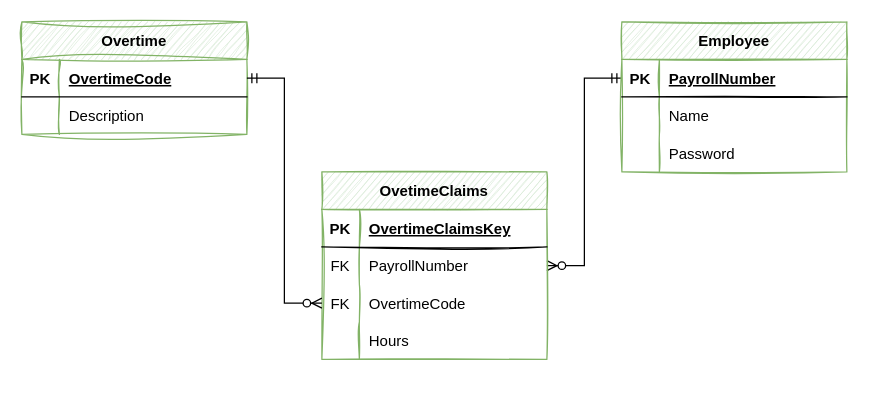
Before: ERD.drawio in AmeChops/Assessment, a draw.io diagram. Source tidied: cells renumbered, new cells numbered last; positions are measured from the earlier drawing's top-left corner, leaving out a move shared by most shapes. Both pictures are drawn from the tidied source at 125%, with x=0, y=0 at pixel (21, 21).
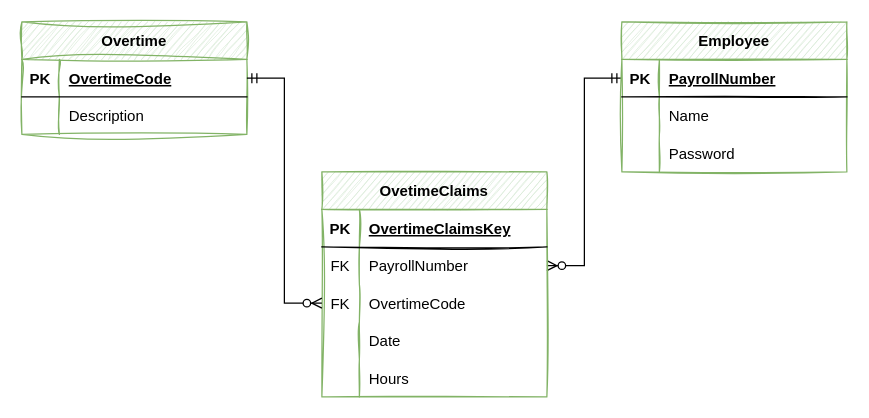
After the change.

What changed in the source:
```diff
@@
     <mxCell id="10" value="OvetimeClaims" style="shape=table;startSize=30;childLayout=tableLayout;rowLines=0;fontStyle=1;align=center;sketch=1;fillColor=#d5e8d4;strokeColor=#82b366;" parent="1" vertex="1">
-      <mxGeometry x="240" y="120" width="180" height="150" as="geometry" />
+      <mxGeometry x="240" y="120" width="180" height="180" as="geometry" />
     </mxCell>
@@
+    <mxCell id="35" style="shape=tableRow;horizontal=0;startSize=0;swimlaneHead=0;swimlaneBody=0;fillColor=none;top=0;left=0;right=0;bottom=0;" parent="10" vertex="1">
+      <mxGeometry y="120" width="180" height="30" as="geometry" />
+    </mxCell>
+    <mxCell id="36" style="shape=partialRectangle;fillColor=none;top=0;left=0;bottom=0;right=0;overflow=hidden;" parent="35" vertex="1">
+      <mxGeometry width="30" height="30" as="geometry" />
+    </mxCell>
+    <mxCell id="37" value="Date" style="shape=partialRectangle;fillColor=none;top=0;left=0;bottom=0;right=0;align=left;spacingLeft=6;overflow=hidden;" parent="35" vertex="1">
+      <mxGeometry x="30" width="150" height="30" as="geometry" />
+    </mxCell>
     <mxCell id="20" style="shape=tableRow;horizontal=0;startSize=0;swimlaneHead=0;swimlaneBody=0;fillColor=none;top=0;left=0;right=0;bottom=0;sketch=1;" parent="10" vertex="1">
-      <mxGeometry y="120" width="180" height="30" as="geometry" />
+      <mxGeometry y="150" width="180" height="30" as="geometry" />
     </mxCell>
```
